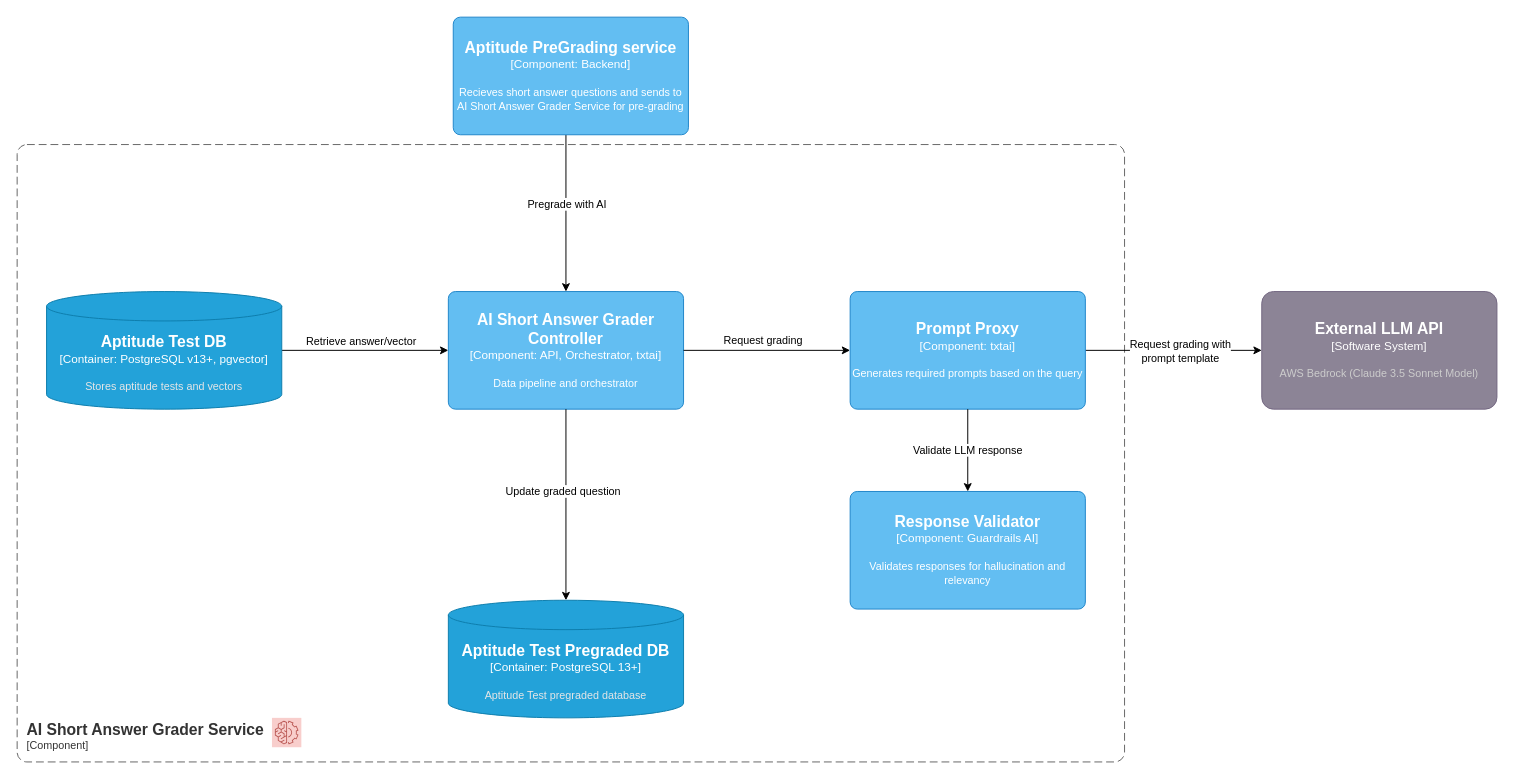
This is page "AI Architecture Solution Grader Service Component" (8 of 8) of Certifiable c4.drawio from architectrons/arch-kata-2025, a draw.io file, before an edit. Source tidied: cells renumbered, new cells numbered last; positions are measured from the earlier drawing's top-left corner, leaving out a move shared by most shapes. Both pictures are drawn from the tidied source at 98%, with x=0, y=0 at pixel (17, 17).
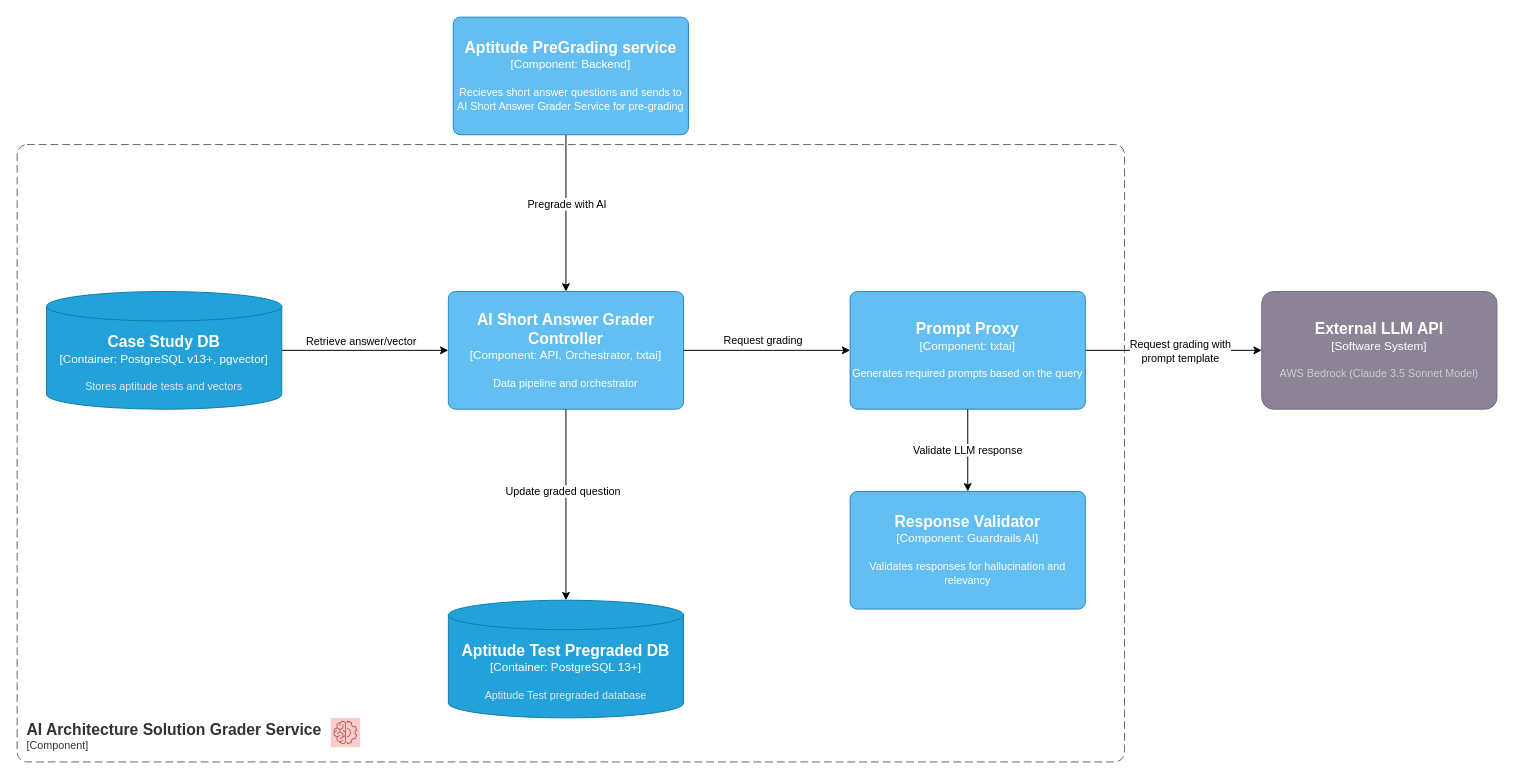
The same diagram, later.

Unchanged cells that the change refers to:
```xml
<object id="6" label="&lt;font style=&quot;font-size: 16px&quot;&gt;&lt;b&gt;%c4Name%&lt;/b&gt;&lt;/font&gt;&lt;div&gt;[%c4Type%: %c4Technology%]&lt;/div&gt;&lt;br&gt;&lt;div&gt;&lt;font style=&quot;font-size: 11px&quot;&gt;%c4Description%&lt;/font&gt;&lt;/div&gt;" c4Description="Data pipeline and orchestrator" c4Name="AI Short Answer Grader Controller" c4Technology="API, Orchestrator, txtai" c4Type="Component" placeholders="1">
  <mxCell style="rounded=1;whiteSpace=wrap;html=1;labelBackgroundColor=none;fillColor=#63BEF2;fontColor=#ffffff;align=center;arcSize=6;strokeColor=#2086C9;points=[[0.25,0,0],[0.5,0,0],[0.75,0,0],[1,0.25,0],[1,0.5,0],[1,0.75,0],[0.75,1,0],[0.5,1,0],[0.25,1,0],[0,0.75,0],[0,0.5,0],[0,0.25,0]];" parent="1" vertex="1">
    <mxGeometry x="440" y="280" width="240" height="120" as="geometry" />
  </mxCell>
</object>
```

Change to the diagram source:
```diff
@@
-    <object id="2" label="&lt;font style=&quot;font-size: 16px&quot;&gt;&lt;b&gt;&lt;div style=&quot;text-align: left&quot;&gt;%c4Name%&lt;/div&gt;&lt;/b&gt;&lt;/font&gt;&lt;div style=&quot;text-align: left&quot;&gt;[%c4Application%]&lt;/div&gt;" c4Application="Component" c4Name="AI Short Answer Grader Service" placeholders="1">
+    <object id="2" label="&lt;font style=&quot;font-size: 16px&quot;&gt;&lt;b&gt;&lt;div style=&quot;text-align: left&quot;&gt;%c4Name%&lt;/div&gt;&lt;/b&gt;&lt;/font&gt;&lt;div style=&quot;text-align: left&quot;&gt;[%c4Application%]&lt;/div&gt;" c4Application="Component" c4Name="AI Architecture Solution Grader Service" placeholders="1">
       <mxCell style="rounded=1;fontSize=11;whiteSpace=wrap;html=1;dashed=1;arcSize=20;fillColor=none;strokeColor=#666666;fontColor=#333333;labelBackgroundColor=none;align=left;verticalAlign=bottom;labelBorderColor=none;spacingTop=0;spacing=10;dashPattern=8 4;perimeter=rectanglePerimeter;noLabel=0;labelPadding=0;absoluteArcSize=1;" parent="1" vertex="1">
         <mxGeometry y="130" width="1130" height="630" as="geometry" />
       </mxCell>
     </object>
-    <mxCell id="3" style="edgeStyle=none;rounded=0;jettySize=auto;html=1;exitX=1;exitY=0.5;exitDx=0;exitDy=0;exitPerimeter=0;" parent="1" edge="1" source="5" target="6">
-      <mxGeometry relative="1" as="geometry" />
+    <mxCell id="3" style="edgeStyle=none;rounded=0;jettySize=auto;html=1;exitX=1;exitY=0.5;exitDx=0;exitDy=0;exitPerimeter=0;" parent="1" edge="1" target="6">
+      <mxGeometry relative="1" as="geometry">
+        <mxPoint x="270" y="340" as="sourcePoint" />
+      </mxGeometry>
     </mxCell>
@@
-    <object id="5" label="&lt;font style=&quot;font-size: 16px&quot;&gt;&lt;b&gt;%c4Name%&lt;/b&gt;&lt;/font&gt;&lt;div&gt;[%c4Type%:&amp;nbsp;%c4Technology%]&lt;/div&gt;&lt;br&gt;&lt;div&gt;&lt;font style=&quot;font-size: 11px&quot;&gt;&lt;font color=&quot;#E6E6E6&quot;&gt;%c4Description%&lt;/font&gt;&lt;/div&gt;" c4Description="Stores aptitude tests and vectors" c4Name="Aptitude Test DB" c4Technology="PostgreSQL v13+, pgvector" c4Type="Container" placeholders="1">
-      <mxCell style="shape=cylinder3;size=15;whiteSpace=wrap;html=1;boundedLbl=1;rounded=0;labelBackgroundColor=none;fillColor=#23A2D9;fontSize=12;fontColor=#ffffff;align=center;strokeColor=#0E7DAD;points=[[0.5,0,0],[1,0.25,0],[1,0.5,0],[1,0.75,0],[0.5,1,0],[0,0.75,0],[0,0.5,0],[0,0.25,0]];" parent="1" vertex="1">
-        <mxGeometry x="30" y="280" width="240" height="120" as="geometry" />
-      </mxCell>
-    </object>
@@
     <mxCell id="9" style="sketch=0;fillColor=#f8cecc;strokeColor=#b85450;dashed=0;verticalLabelPosition=bottom;verticalAlign=top;align=center;html=1;fontSize=12;fontStyle=0;shape=mxgraph.aws4.resourceIcon;resIcon=mxgraph.aws4.machine_learning;" parent="1" vertex="1">
-      <mxGeometry x="260" y="715" width="30" height="30" as="geometry" />
+      <mxGeometry x="320" y="715" width="30" height="30" as="geometry" />
     </mxCell>
@@
+    <object id="5" label="&lt;font style=&quot;font-size: 16px&quot;&gt;&lt;b&gt;%c4Name%&lt;/b&gt;&lt;/font&gt;&lt;div&gt;[%c4Type%:&amp;nbsp;%c4Technology%]&lt;/div&gt;&lt;br&gt;&lt;div&gt;&lt;font style=&quot;font-size: 11px&quot;&gt;&lt;font color=&quot;#E6E6E6&quot;&gt;%c4Description%&lt;/font&gt;&lt;/div&gt;" c4Description="Stores aptitude tests and vectors" c4Name="Case Study DB" c4Technology="PostgreSQL v13+, pgvector" c4Type="Container" placeholders="1">
+      <mxCell style="shape=cylinder3;size=15;whiteSpace=wrap;html=1;boundedLbl=1;rounded=0;labelBackgroundColor=none;fillColor=#23A2D9;fontSize=12;fontColor=#ffffff;align=center;strokeColor=#0E7DAD;points=[[0.5,0,0],[1,0.25,0],[1,0.5,0],[1,0.75,0],[0.5,1,0],[0,0.75,0],[0,0.5,0],[0,0.25,0]];" parent="1" vertex="1">
+        <mxGeometry x="30" y="280" width="240" height="120" as="geometry" />
+      </mxCell>
+    </object>
```
